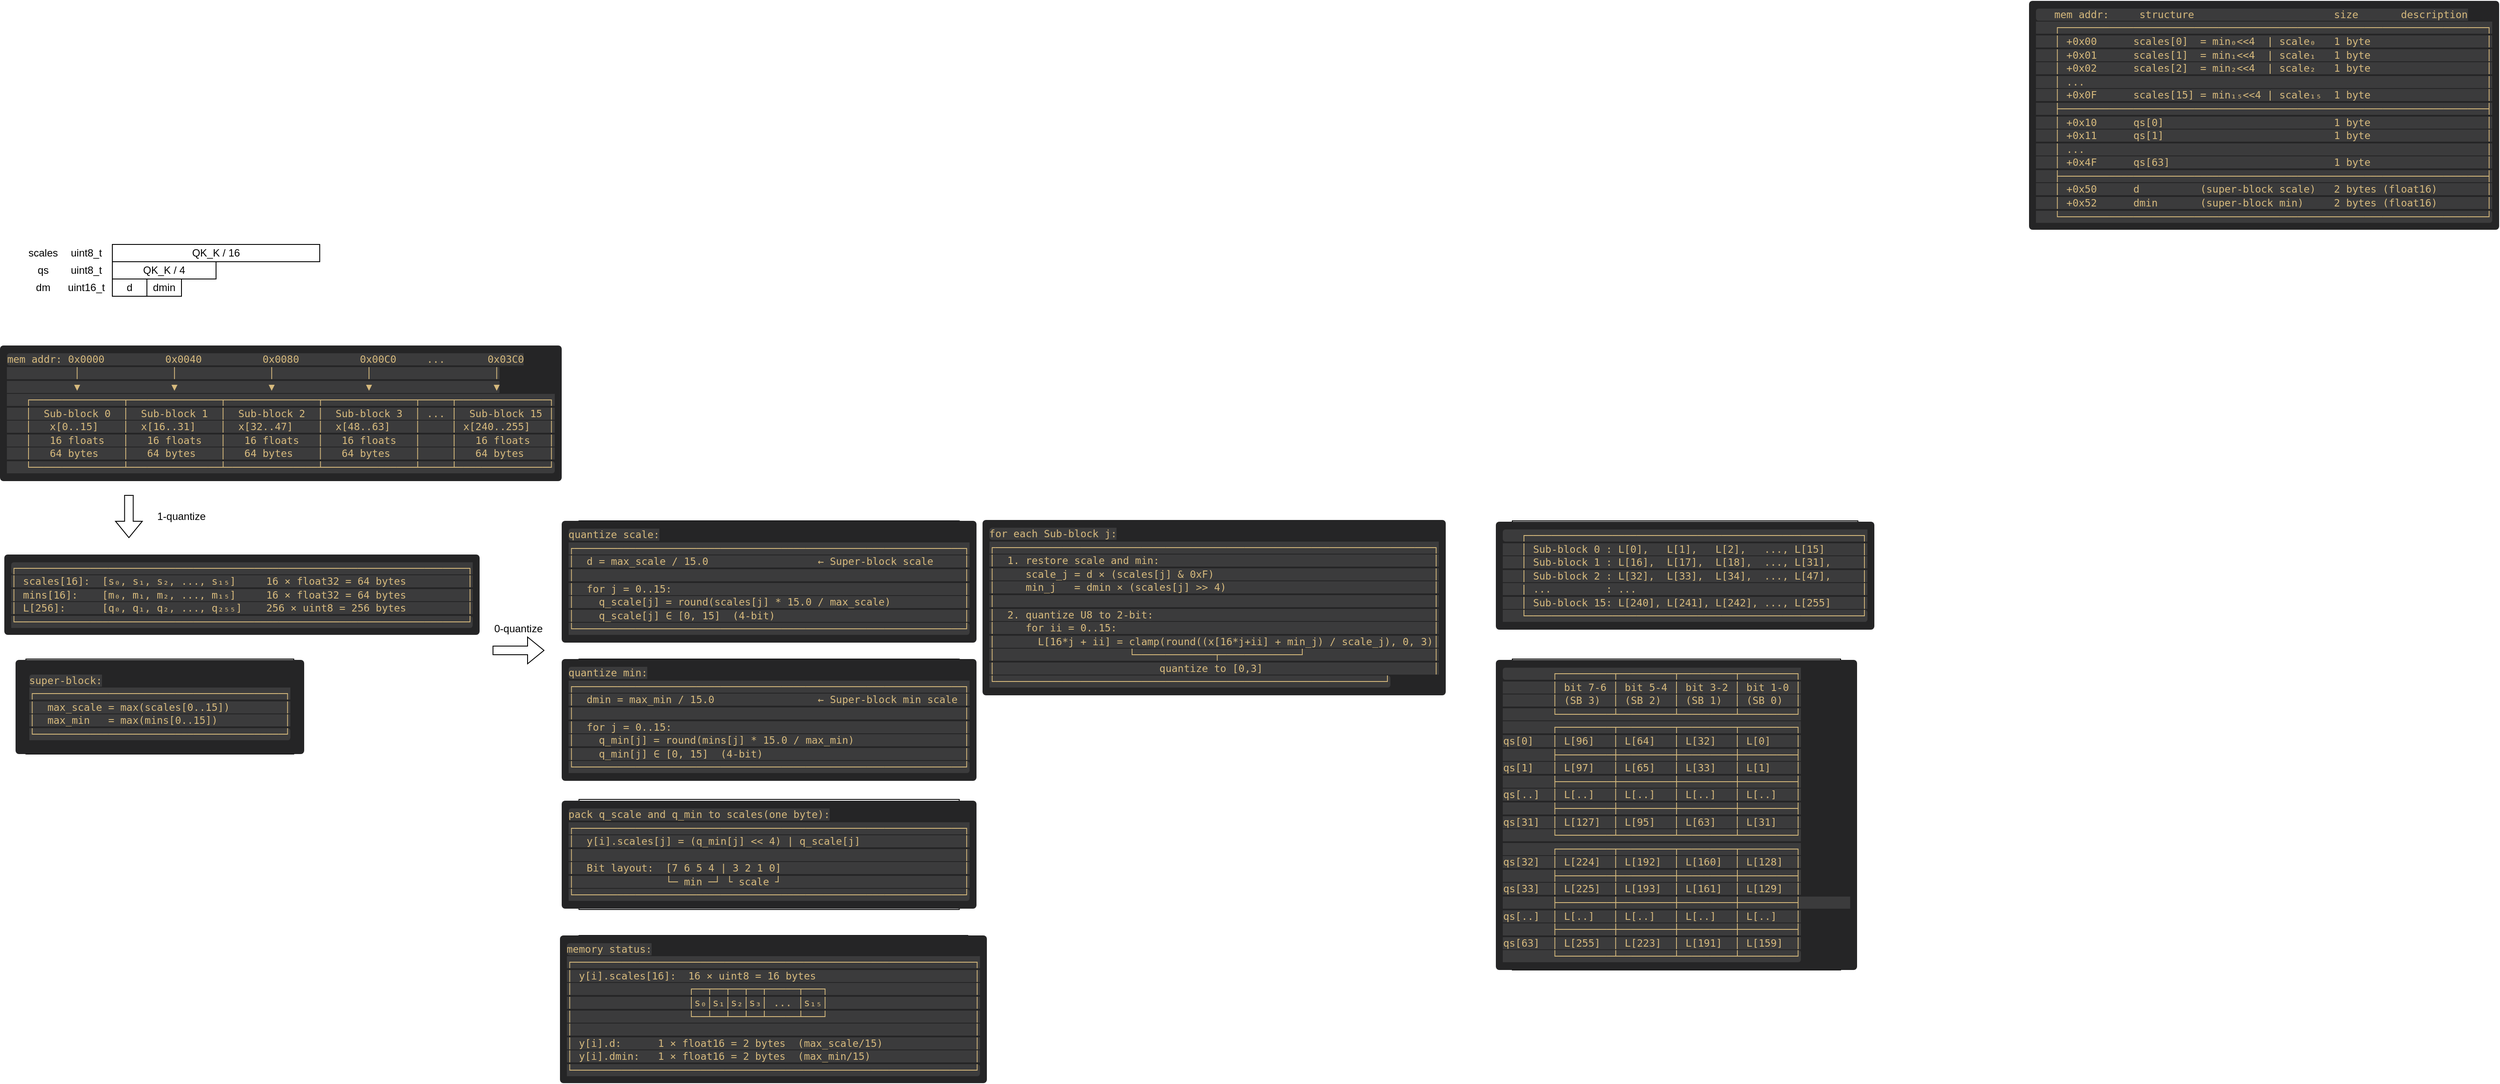
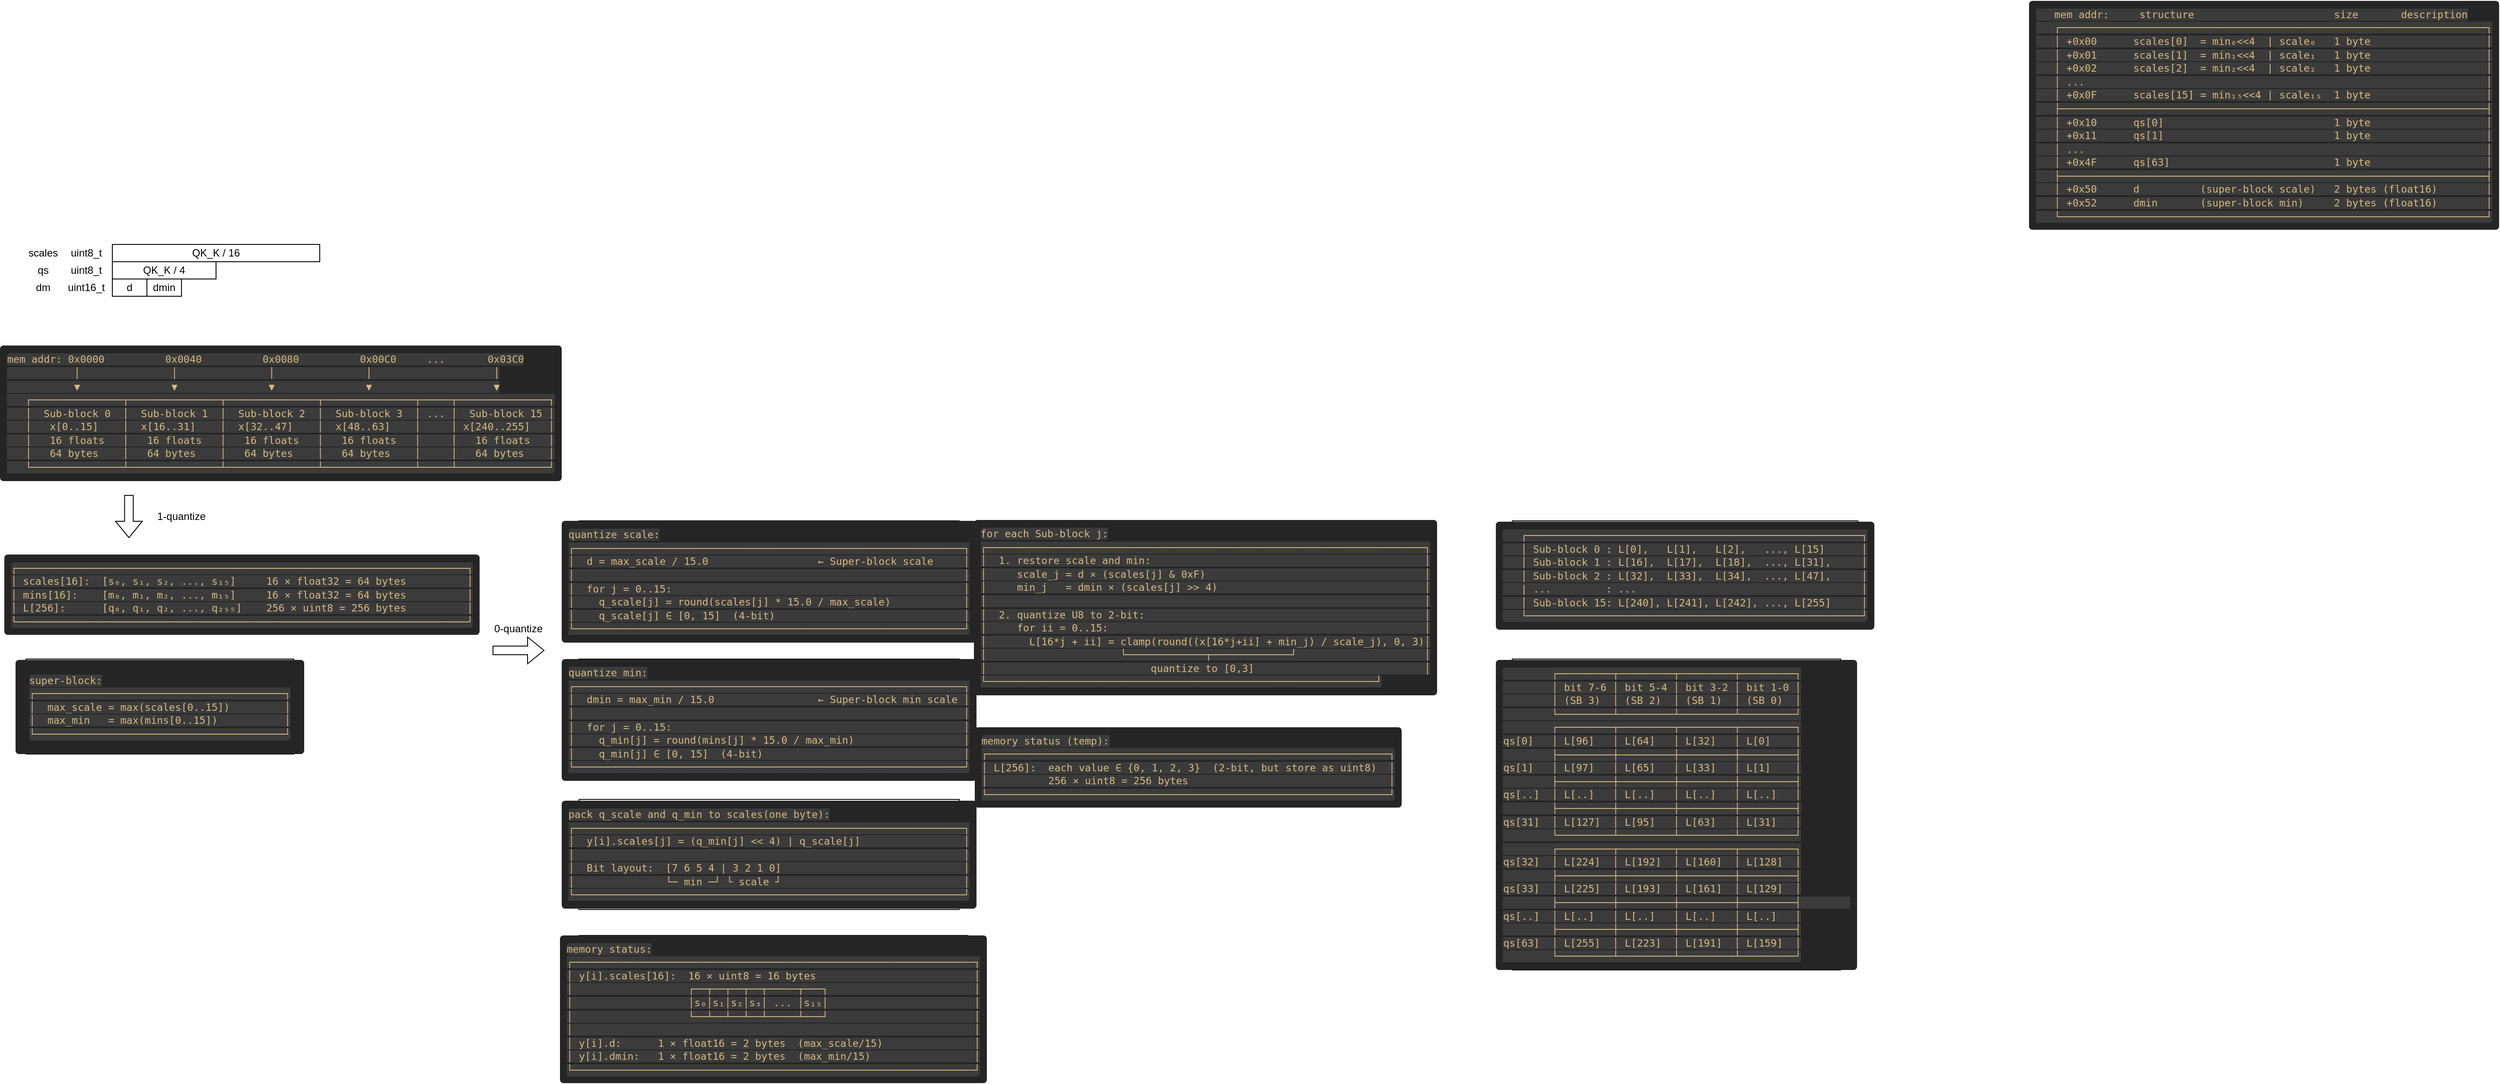
<mxfile host="app.diagrams.net">
  <diagram name="第 1 页" id="Si2-Z7cCXZd2prBrh_IV">
    <mxGraphModel dx="787" dy="457" grid="1" gridSize="10" guides="1" tooltips="1" connect="1" arrows="1" fold="1" page="1" pageScale="1" pageWidth="827" pageHeight="1169" math="0" shadow="0">
      <root>
        <mxCell id="0" />
        <mxCell id="1" parent="0" />
        <mxCell id="sU8PSUKhDcx1YNUkFXAb-27" parent="1" style="rounded=0;whiteSpace=wrap;html=1;" value="QK_K / 16" vertex="1">
          <mxGeometry height="20" width="240" x="140" y="440" as="geometry" />
        </mxCell>
        <mxCell id="sU8PSUKhDcx1YNUkFXAb-28" parent="1" style="rounded=0;whiteSpace=wrap;html=1;" value="QK_K / 4" vertex="1">
          <mxGeometry height="20" width="120" x="140" y="460" as="geometry" />
        </mxCell>
        <mxCell id="sU8PSUKhDcx1YNUkFXAb-29" parent="1" style="rounded=0;whiteSpace=wrap;html=1;" value="d" vertex="1">
          <mxGeometry height="20" width="40" x="140" y="480" as="geometry" />
        </mxCell>
        <mxCell id="sU8PSUKhDcx1YNUkFXAb-30" parent="1" style="rounded=0;whiteSpace=wrap;html=1;" value="dmin" vertex="1">
          <mxGeometry height="20" width="40" x="180" y="480" as="geometry" />
        </mxCell>
        <mxCell id="sU8PSUKhDcx1YNUkFXAb-32" parent="1" style="text;html=1;whiteSpace=wrap;strokeColor=none;fillColor=none;align=center;verticalAlign=middle;rounded=0;" value="scales" vertex="1">
          <mxGeometry height="20" width="40" x="40" y="440" as="geometry" />
        </mxCell>
        <mxCell id="sU8PSUKhDcx1YNUkFXAb-33" parent="1" style="text;html=1;whiteSpace=wrap;strokeColor=none;fillColor=none;align=center;verticalAlign=middle;rounded=0;" value="qs" vertex="1">
          <mxGeometry height="20" width="40" x="40" y="460" as="geometry" />
        </mxCell>
        <mxCell id="sU8PSUKhDcx1YNUkFXAb-34" parent="1" style="text;html=1;whiteSpace=wrap;strokeColor=none;fillColor=none;align=center;verticalAlign=middle;rounded=0;" value="dm" vertex="1">
          <mxGeometry height="20" width="40" x="40" y="480" as="geometry" />
        </mxCell>
        <mxCell id="sU8PSUKhDcx1YNUkFXAb-35" parent="1" style="text;html=1;whiteSpace=wrap;strokeColor=none;fillColor=none;align=center;verticalAlign=middle;rounded=0;" value="uint8_t" vertex="1">
          <mxGeometry height="20" width="60" x="80" y="440" as="geometry" />
        </mxCell>
        <mxCell id="sU8PSUKhDcx1YNUkFXAb-36" parent="1" style="text;html=1;whiteSpace=wrap;strokeColor=none;fillColor=none;align=center;verticalAlign=middle;rounded=0;" value="uint8_t" vertex="1">
          <mxGeometry height="20" width="60" x="80" y="460" as="geometry" />
        </mxCell>
        <mxCell id="sU8PSUKhDcx1YNUkFXAb-37" parent="1" style="text;html=1;whiteSpace=wrap;strokeColor=none;fillColor=none;align=center;verticalAlign=middle;rounded=0;" value="uint16_t" vertex="1">
          <mxGeometry height="20" width="60" x="80" y="480" as="geometry" />
        </mxCell>
        <mxCell id="sU8PSUKhDcx1YNUkFXAb-38" edge="1" parent="1" style="shape=flexArrow;endArrow=classic;html=1;rounded=0;" value="">
          <mxGeometry height="50" relative="1" width="50" as="geometry">
            <mxPoint x="159.17000000000002" y="730" as="sourcePoint" />
            <mxPoint x="159.17000000000002" y="780" as="targetPoint" />
          </mxGeometry>
        </mxCell>
        <mxCell id="sU8PSUKhDcx1YNUkFXAb-57" edge="1" parent="1" style="shape=flexArrow;endArrow=classic;html=1;rounded=0;" value="">
          <mxGeometry height="50" relative="1" width="50" as="geometry">
            <mxPoint x="580" y="910" as="sourcePoint" />
            <mxPoint x="640" y="910" as="targetPoint" />
          </mxGeometry>
        </mxCell>
        <mxCell id="sU8PSUKhDcx1YNUkFXAb-82" parent="1" style="text;html=1;whiteSpace=wrap;strokeColor=none;fillColor=none;align=center;verticalAlign=middle;rounded=0;" value="1-quantize" vertex="1">
          <mxGeometry height="30" width="80" x="180" y="740" as="geometry" />
        </mxCell>
        <mxCell id="sU8PSUKhDcx1YNUkFXAb-83" parent="1" style="text;html=1;whiteSpace=wrap;strokeColor=none;fillColor=none;align=center;verticalAlign=middle;rounded=0;" value="0-quantize" vertex="1">
          <mxGeometry height="30" width="60" x="580" y="870" as="geometry" />
        </mxCell>
        <mxCell id="sU8PSUKhDcx1YNUkFXAb-156" parent="1" style="rounded=0;whiteSpace=wrap;html=1;" value="&lt;pre style=&quot;overflow-x: auto; box-sizing: border-box; border-radius: 4px; max-width: 100%; margin: 0px; padding: 8px; color: rgb(204, 204, 204); font-size: 13px; text-align: start; background-color: rgb(37, 37, 38);&quot;&gt;&lt;code style=&quot;color: rgb(215, 186, 125); background-color: rgba(255, 255, 255, 0.1); padding: 0px; border-radius: 3px; word-break: break-word; font-size: 0.9em;&quot;&gt;   mem addr:     structure                       size       description&lt;br&gt;   ┌──────────────────────────────────────────────────────────────────────┐&lt;br&gt;   │ +0x00      scales[0]  = min₀&amp;lt;&amp;lt;4  | scale₀   1 byte                   │&lt;br&gt;   │ +0x01      scales[1]  = min₁&amp;lt;&amp;lt;4  | scale₁   1 byte                   │&lt;br&gt;   │ +0x02      scales[2]  = min₂&amp;lt;&amp;lt;4  | scale₂   1 byte                   │&lt;br&gt;   │ ...                                                                  │&lt;br&gt;   │ +0x0F      scales[15] = min₁₅&amp;lt;&amp;lt;4 | scale₁₅  1 byte                   │&lt;br&gt;   ├──────────────────────────────────────────────────────────────────────┤&lt;br&gt;   │ +0x10      qs[0]                            1 byte                   │&lt;br&gt;   │ +0x11      qs[1]                            1 byte                   │&lt;br&gt;   │ ...                                                                  │&lt;br&gt;   │ +0x4F      qs[63]                           1 byte                   │&lt;br&gt;   ├──────────────────────────────────────────────────────────────────────┤&lt;br&gt;   │ +0x50      d          (super-block scale)   2 bytes (float16)        │&lt;br&gt;   │ +0x52      dmin       (super-block min)     2 bytes (float16)        │&lt;br&gt;   └──────────────────────────────────────────────────────────────────────┘&lt;/code&gt;&lt;/pre&gt;" vertex="1">
          <mxGeometry height="60" width="160" x="2550" y="260" as="geometry" />
        </mxCell>
        <mxCell id="sU8PSUKhDcx1YNUkFXAb-157" parent="1" style="rounded=0;whiteSpace=wrap;html=1;" value="&lt;pre style=&quot;overflow-x: auto; box-sizing: border-box; border-radius: 4px; max-width: 100%; margin: 0px; padding: 8px; color: rgb(204, 204, 204); font-size: 13px; text-align: start; background-color: rgb(37, 37, 38);&quot;&gt;&lt;code style=&quot;color: rgb(215, 186, 125); background-color: rgba(255, 255, 255, 0.1); padding: 0px; border-radius: 3px; word-break: break-word; font-size: 0.9em;&quot;&gt;   ┌───────────────────────────────────────────────────────┐&lt;br&gt;   │ Sub-block 0 : L[0],   L[1],   L[2],   ..., L[15]      │&lt;br&gt;   │ Sub-block 1 : L[16],  L[17],  L[18],  ..., L[31],     │&lt;br&gt;   │ Sub-block 2 : L[32],  L[33],  L[34],  ..., L[47],     │&lt;br&gt;   | ...         : ...                                     │&lt;br&gt;   │ Sub-block 15: L[240], L[241], L[242], ..., L[255]     │&lt;br&gt;   └───────────────────────────────────────────────────────┘&lt;/code&gt;&lt;/pre&gt;" vertex="1">
          <mxGeometry height="125" width="400" x="1760" y="760" as="geometry" />
        </mxCell>
        <mxCell id="sU8PSUKhDcx1YNUkFXAb-159" parent="1" style="rounded=0;whiteSpace=wrap;html=1;" value="&lt;pre style=&quot;overflow-x: auto; box-sizing: border-box; border-radius: 4px; max-width: 100%; margin: 0px; padding: 8px; text-align: start; background-color: rgb(37, 37, 38); font-size: 13px; color: rgb(204, 204, 204);&quot;&gt;&lt;code style=&quot;color: rgb(215, 186, 125); background-color: rgba(255, 255, 255, 0.1); padding: 0px; border-radius: 3px; word-break: break-word; font-size: 0.9em;&quot;&gt;        ┌─────────┬─────────┬─────────┬─────────┐&lt;br&gt;        │ bit 7-6 │ bit 5-4 │ bit 3-2 │ bit 1-0 │&lt;br&gt;        │ (SB 3)  │ (SB 2)  │ (SB 1)  │ (SB 0)  │&lt;br&gt;        └─────────┴─────────┴─────────┴─────────┘&lt;br&gt;        ┌─────────┬─────────┬─────────┬─────────┐&lt;br&gt;qs[0]   │ L[96]   │ L[64]   │ L[32]   │ L[0]    │&lt;br&gt;        ├─────────┼─────────┼─────────┼─────────┤&lt;br&gt;qs[1]   │ L[97]   │ L[65]   │ L[33]   │ L[1]    │&lt;br&gt;        ├─────────┼─────────┼─────────┼─────────┤&lt;br&gt;qs[..]  │ L[..]   │ L[..]   │ L[..]   │ L[..]   │&lt;br&gt;        ├─────────┼─────────┼─────────┼─────────┤&lt;br&gt;qs[31]  │ L[127]  │ L[95]   │ L[63]   │ L[31]   │&lt;br&gt;        └─────────┴─────────┴─────────┴─────────┘&lt;br&gt;        ┌─────────┬─────────┬─────────┬─────────┐&lt;br&gt;qs[32]  │ L[224]  │ L[192]  │ L[160]  │ L[128]  │&lt;br&gt;        ├─────────┼─────────┼─────────┼─────────┤&lt;br&gt;qs[33]  │ L[225]  │ L[193]  │ L[161]  │ L[129]  │&lt;br&gt;        ├─────────┼─────────┼─────────┼─────────┤        &lt;br&gt;qs[..]  │ L[..]   │ L[..]   │ L[..]   │ L[..]   │&lt;br&gt;        ├─────────┼─────────┼─────────┼─────────┤&lt;br&gt;qs[63]  │ L[255]  │ L[223]  │ L[191]  │ L[159]  │&lt;br&gt;        └─────────┴─────────┴─────────┴─────────┘&lt;/code&gt;&lt;/pre&gt;" vertex="1">
          <mxGeometry height="360" width="380" x="1760" y="920" as="geometry" />
        </mxCell>
        <mxCell id="sU8PSUKhDcx1YNUkFXAb-162" parent="1" style="rounded=0;whiteSpace=wrap;html=1;" value="&lt;pre style=&quot;overflow-x: auto; box-sizing: border-box; border-radius: 4px; max-width: 100%; margin: 0px; padding: 8px; color: rgb(204, 204, 204); font-size: 13px; text-align: start; background-color: rgb(37, 37, 38);&quot;&gt;&lt;code style=&quot;color: rgb(215, 186, 125); background-color: rgba(255, 255, 255, 0.1); padding: 0px; border-radius: 3px; word-break: break-word; font-size: 0.9em;&quot;&gt;mem addr: 0x0000          0x0040          0x0080          0x00C0     ...       0x03C0&lt;br&gt;           │               │               │               │                    │&lt;br&gt;           ▼               ▼               ▼               ▼                    ▼&lt;br&gt;   ┌───────────────┬───────────────┬───────────────┬───────────────┬─────┬───────────────┐&lt;br&gt;   │  Sub-block 0  │  Sub-block 1  │  Sub-block 2  │  Sub-block 3  │ ... │  Sub-block 15 │&lt;br&gt;   │   x[0..15]    │  x[16..31]    │  x[32..47]    │  x[48..63]    │     │ x[240..255]   │&lt;br&gt;   │   16 floats   │   16 floats   │   16 floats   │   16 floats   │     │   16 floats   │&lt;br&gt;   │   64 bytes    │   64 bytes    │   64 bytes    │   64 bytes    │     │   64 bytes    │&lt;br&gt;   └───────────────┴───────────────┴───────────────┴───────────────┴─────┴───────────────┘&lt;/code&gt;&lt;/pre&gt;" vertex="1">
          <mxGeometry height="150" width="590" x="40" y="560" as="geometry" />
        </mxCell>
        <mxCell id="sU8PSUKhDcx1YNUkFXAb-163" parent="1" style="rounded=0;whiteSpace=wrap;html=1;" value="&lt;pre style=&quot;overflow-x: auto; box-sizing: border-box; border-radius: 4px; max-width: 100%; margin: 0px; padding: 8px; color: rgb(204, 204, 204); font-size: 13px; text-align: start; background-color: rgb(37, 37, 38);&quot;&gt;&lt;code style=&quot;color: rgb(215, 186, 125); background-color: rgba(255, 255, 255, 0.1); padding: 0px; border-radius: 3px; word-break: break-word; font-size: 0.9em;&quot;&gt;┌──────────────────────────────────────────────────────────────────────────┐&lt;br&gt;│ scales[16]:  [s₀, s₁, s₂, ..., s₁₅]     16 × float32 = 64 bytes          │&lt;br&gt;│ mins[16]:    [m₀, m₁, m₂, ..., m₁₅]     16 × float32 = 64 bytes          │&lt;br&gt;│ L[256]:      [q₀, q₁, q₂, ..., q₂₅₅]    256 × uint8 = 256 bytes          │&lt;br&gt;└──────────────────────────────────────────────────────────────────────────┘&lt;/code&gt;&lt;/pre&gt;" vertex="1">
          <mxGeometry height="90" width="500" x="40" y="800" as="geometry" />
        </mxCell>
        <mxCell id="sU8PSUKhDcx1YNUkFXAb-164" parent="1" style="rounded=0;whiteSpace=wrap;html=1;" value="&lt;pre style=&quot;overflow-x: auto; box-sizing: border-box; border-radius: 4px; max-width: 100%; margin: 0px; padding: 8px; color: rgb(204, 204, 204); font-size: 13px; text-align: start; background-color: rgb(37, 37, 38);&quot;&gt;&lt;pre style=&quot;overflow-x: auto; box-sizing: border-box; border-radius: 4px; max-width: 100%; margin: 0px; padding: 8px;&quot;&gt;&lt;code style=&quot;color: rgb(215, 186, 125); background-color: rgba(255, 255, 255, 0.1); padding: 0px; border-radius: 3px; word-break: break-word; font-size: 0.9em;&quot;&gt;super-block:&lt;br&gt;┌─────────────────────────────────────────┐&lt;br&gt;│  max_scale = max(scales[0..15])         │&lt;br&gt;│  max_min   = max(mins[0..15])           │&lt;br&gt;└─────────────────────────────────────────┘&lt;/code&gt;&lt;/pre&gt;&lt;/pre&gt;" vertex="1">
          <mxGeometry height="110" width="310" x="40" y="920" as="geometry" />
        </mxCell>
        <mxCell id="sU8PSUKhDcx1YNUkFXAb-165" parent="1" style="rounded=0;whiteSpace=wrap;html=1;" value="&lt;pre style=&quot;overflow-x: auto; box-sizing: border-box; border-radius: 4px; max-width: 100%; margin: 0px; padding: 8px; color: rgb(204, 204, 204); font-size: 13px; text-align: start; background-color: rgb(37, 37, 38);&quot;&gt;&lt;code style=&quot;color: rgb(215, 186, 125); background-color: rgba(255, 255, 255, 0.1); padding: 0px; border-radius: 3px; word-break: break-word; font-size: 0.9em;&quot;&gt;quantize scale:&lt;br&gt;┌────────────────────────────────────────────────────────────────┐&lt;br&gt;│  d = max_scale / 15.0                  ← Super-block scale     │&lt;br&gt;│                                                                │&lt;br&gt;│  for j = 0..15:                                                │&lt;br&gt;│    q_scale[j] = round(scales[j] * 15.0 / max_scale)            │&lt;br&gt;│    q_scale[j] ∈ [0, 15]  (4-bit)                               │&lt;br&gt;└────────────────────────────────────────────────────────────────┘&lt;/code&gt;&lt;/pre&gt;" vertex="1">
          <mxGeometry height="140" width="440" x="680" y="760" as="geometry" />
        </mxCell>
        <mxCell id="sU8PSUKhDcx1YNUkFXAb-166" parent="1" style="rounded=0;whiteSpace=wrap;html=1;" value="&lt;pre style=&quot;overflow-x: auto; box-sizing: border-box; border-radius: 4px; max-width: 100%; margin: 0px; padding: 8px; color: rgb(204, 204, 204); font-size: 13px; text-align: start; background-color: rgb(37, 37, 38);&quot;&gt;&lt;code style=&quot;color: rgb(215, 186, 125); background-color: rgba(255, 255, 255, 0.1); padding: 0px; border-radius: 3px; word-break: break-word; font-size: 0.9em;&quot;&gt;quantize min:&lt;br&gt;┌────────────────────────────────────────────────────────────────┐&lt;br&gt;│  dmin = max_min / 15.0                 ← Super-block min scale │&lt;br&gt;│                                                                │&lt;br&gt;│  for j = 0..15:                                                │&lt;br&gt;│    q_min[j] = round(mins[j] * 15.0 / max_min)                  │&lt;br&gt;│    q_min[j] ∈ [0, 15]  (4-bit)                                 │&lt;br&gt;└────────────────────────────────────────────────────────────────┘&lt;/code&gt;&lt;/pre&gt;" vertex="1">
          <mxGeometry height="140" width="440" x="680" y="920" as="geometry" />
        </mxCell>
        <mxCell id="sU8PSUKhDcx1YNUkFXAb-167" parent="1" style="rounded=0;whiteSpace=wrap;html=1;" value="&lt;pre style=&quot;overflow-x: auto; box-sizing: border-box; border-radius: 4px; max-width: 100%; margin: 0px; padding: 8px; color: rgb(204, 204, 204); font-size: 13px; text-align: start; background-color: rgb(37, 37, 38);&quot;&gt;&lt;code style=&quot;color: rgb(215, 186, 125); background-color: rgba(255, 255, 255, 0.1); padding: 0px; border-radius: 3px; word-break: break-word; font-size: 0.9em;&quot;&gt;pack q_scale and q_min to scales(one byte):&lt;br&gt;┌────────────────────────────────────────────────────────────────┐&lt;br&gt;│  y[i].scales[j] = (q_min[j] &amp;lt;&amp;lt; 4) | q_scale[j]                 │&lt;br&gt;│                                                                │&lt;br&gt;│  Bit layout:  [7 6 5 4 | 3 2 1 0]                              │&lt;br&gt;│               └─ min ─┘ └ scale ┘                              │&lt;br&gt;└────────────────────────────────────────────────────────────────┘&lt;/code&gt;&lt;/pre&gt;" vertex="1">
          <mxGeometry height="127.5" width="440" x="680" y="1082.5" as="geometry" />
        </mxCell>
        <mxCell id="sU8PSUKhDcx1YNUkFXAb-169" parent="1" style="whiteSpace=wrap;html=1;" value="&lt;pre style=&quot;overflow-x: auto; box-sizing: border-box; border-radius: 4px; max-width: 100%; margin: 0px; padding: 8px; color: rgb(204, 204, 204); font-size: 13px; text-align: start; background-color: rgb(37, 37, 38);&quot;&gt;&lt;code style=&quot;color: rgb(215, 186, 125); background-color: rgba(255, 255, 255, 0.1); padding: 0px; border-radius: 3px; word-break: break-word; font-size: 0.9em;&quot;&gt;memory status:&lt;br&gt;┌──────────────────────────────────────────────────────────────────┐&lt;br&gt;│ y[i].scales[16]:  16 × uint8 = 16 bytes                          │&lt;br&gt;│                   ┌──┬──┬──┬──┬─────┬───┐                        │&lt;br&gt;│                   │s₀│s₁│s₂│s₃│ ... │s₁₅│                        │&lt;br&gt;│                   └──┴──┴──┴──┴─────┴───┘                        │&lt;br&gt;│                                                                  │&lt;br&gt;│ y[i].d:      1 × float16 = 2 bytes  (max_scale/15)               │&lt;br&gt;│ y[i].dmin:   1 × float16 = 2 bytes  (max_min/15)                 │&lt;br&gt;└──────────────────────────────────────────────────────────────────┘&lt;/code&gt;&lt;/pre&gt;" vertex="1">
          <mxGeometry height="170" width="450" x="680" y="1240" as="geometry" />
        </mxCell>
        <mxCell id="sU8PSUKhDcx1YNUkFXAb-170" parent="1" style="whiteSpace=wrap;html=1;" value="&lt;pre style=&quot;overflow-x: auto; box-sizing: border-box; border-radius: 4px; max-width: 100%; margin: 0px; padding: 8px; color: rgb(204, 204, 204); font-size: 13px; text-align: start; background-color: rgb(37, 37, 38);&quot;&gt;&lt;code style=&quot;color: rgb(215, 186, 125); background-color: rgba(255, 255, 255, 0.1); padding: 0px; border-radius: 3px; word-break: break-word; font-size: 0.9em;&quot;&gt;for each Sub-block j:&lt;br&gt;┌────────────────────────────────────────────────────────────────────────┐&lt;br&gt;│  1. restore scale and min:                                             │&lt;br&gt;│     scale_j = d × (scales[j] &amp;amp; 0xF)                                    │&lt;br&gt;│     min_j   = dmin × (scales[j] &amp;gt;&amp;gt; 4)                                  │&lt;br&gt;│                                                                        │&lt;br&gt;│  2. quantize U8 to 2-bit:                                              │&lt;br&gt;│     for ii = 0..15:                                                    │&lt;br&gt;│       L[16*j + ii] = clamp(round((x[16*j+ii] + min_j) / scale_j), 0, 3)│&lt;br&gt;│                      └─────────────┬─────────────┘                     │&lt;br&gt;│                           quantize to [0,3]                            │&lt;br&gt;└────────────────────────────────────────────────────────────────┘&lt;/code&gt;&lt;/pre&gt;" vertex="1">
-           <mxGeometry height="200" width="510" x="1160" y="760" as="geometry" />
+           <mxGeometry height="200" width="490" x="1160" y="760" as="geometry" />
+         </mxCell>
+         <mxCell id="sU8PSUKhDcx1YNUkFXAb-171" parent="1" style="whiteSpace=wrap;html=1;" value="&lt;pre style=&quot;overflow-x: auto; box-sizing: border-box; border-radius: 4px; max-width: 100%; margin: 0px; padding: 8px; color: rgb(204, 204, 204); font-size: 13px; text-align: start; background-color: rgb(37, 37, 38);&quot;&gt;&lt;code style=&quot;color: rgb(215, 186, 125); background-color: rgba(255, 255, 255, 0.1); padding: 0px; border-radius: 3px; word-break: break-word; font-size: 0.9em;&quot;&gt;memory status (temp):&lt;br&gt;┌──────────────────────────────────────────────────────────────────┐&lt;br&gt;│ L[256]:  each value ∈ {0, 1, 2, 3}  (2-bit, but store as uint8)  │&lt;br&gt;│          256 × uint8 = 256 bytes                                 │&lt;br&gt;└──────────────────────────────────────────────────────────────────┘&lt;/code&gt;&lt;/pre&gt;" vertex="1">
+           <mxGeometry height="90" width="450" x="1160" y="1000" as="geometry" />
        </mxCell>
      </root>
    </mxGraphModel>
  </diagram>
</mxfile>
